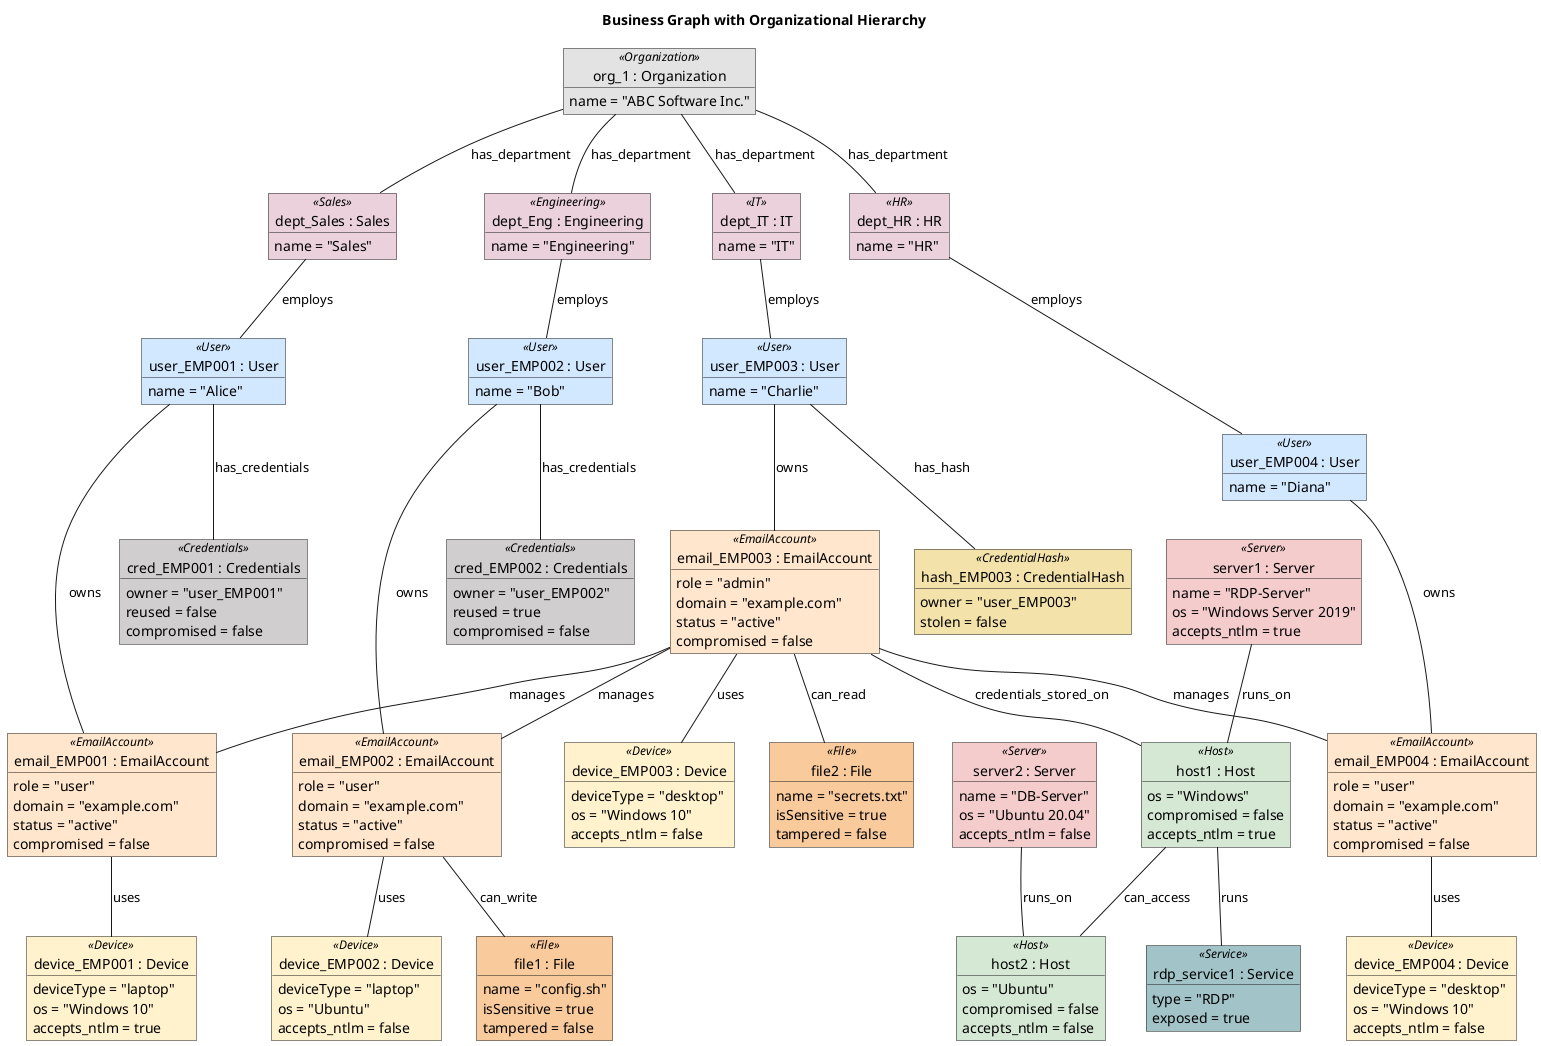
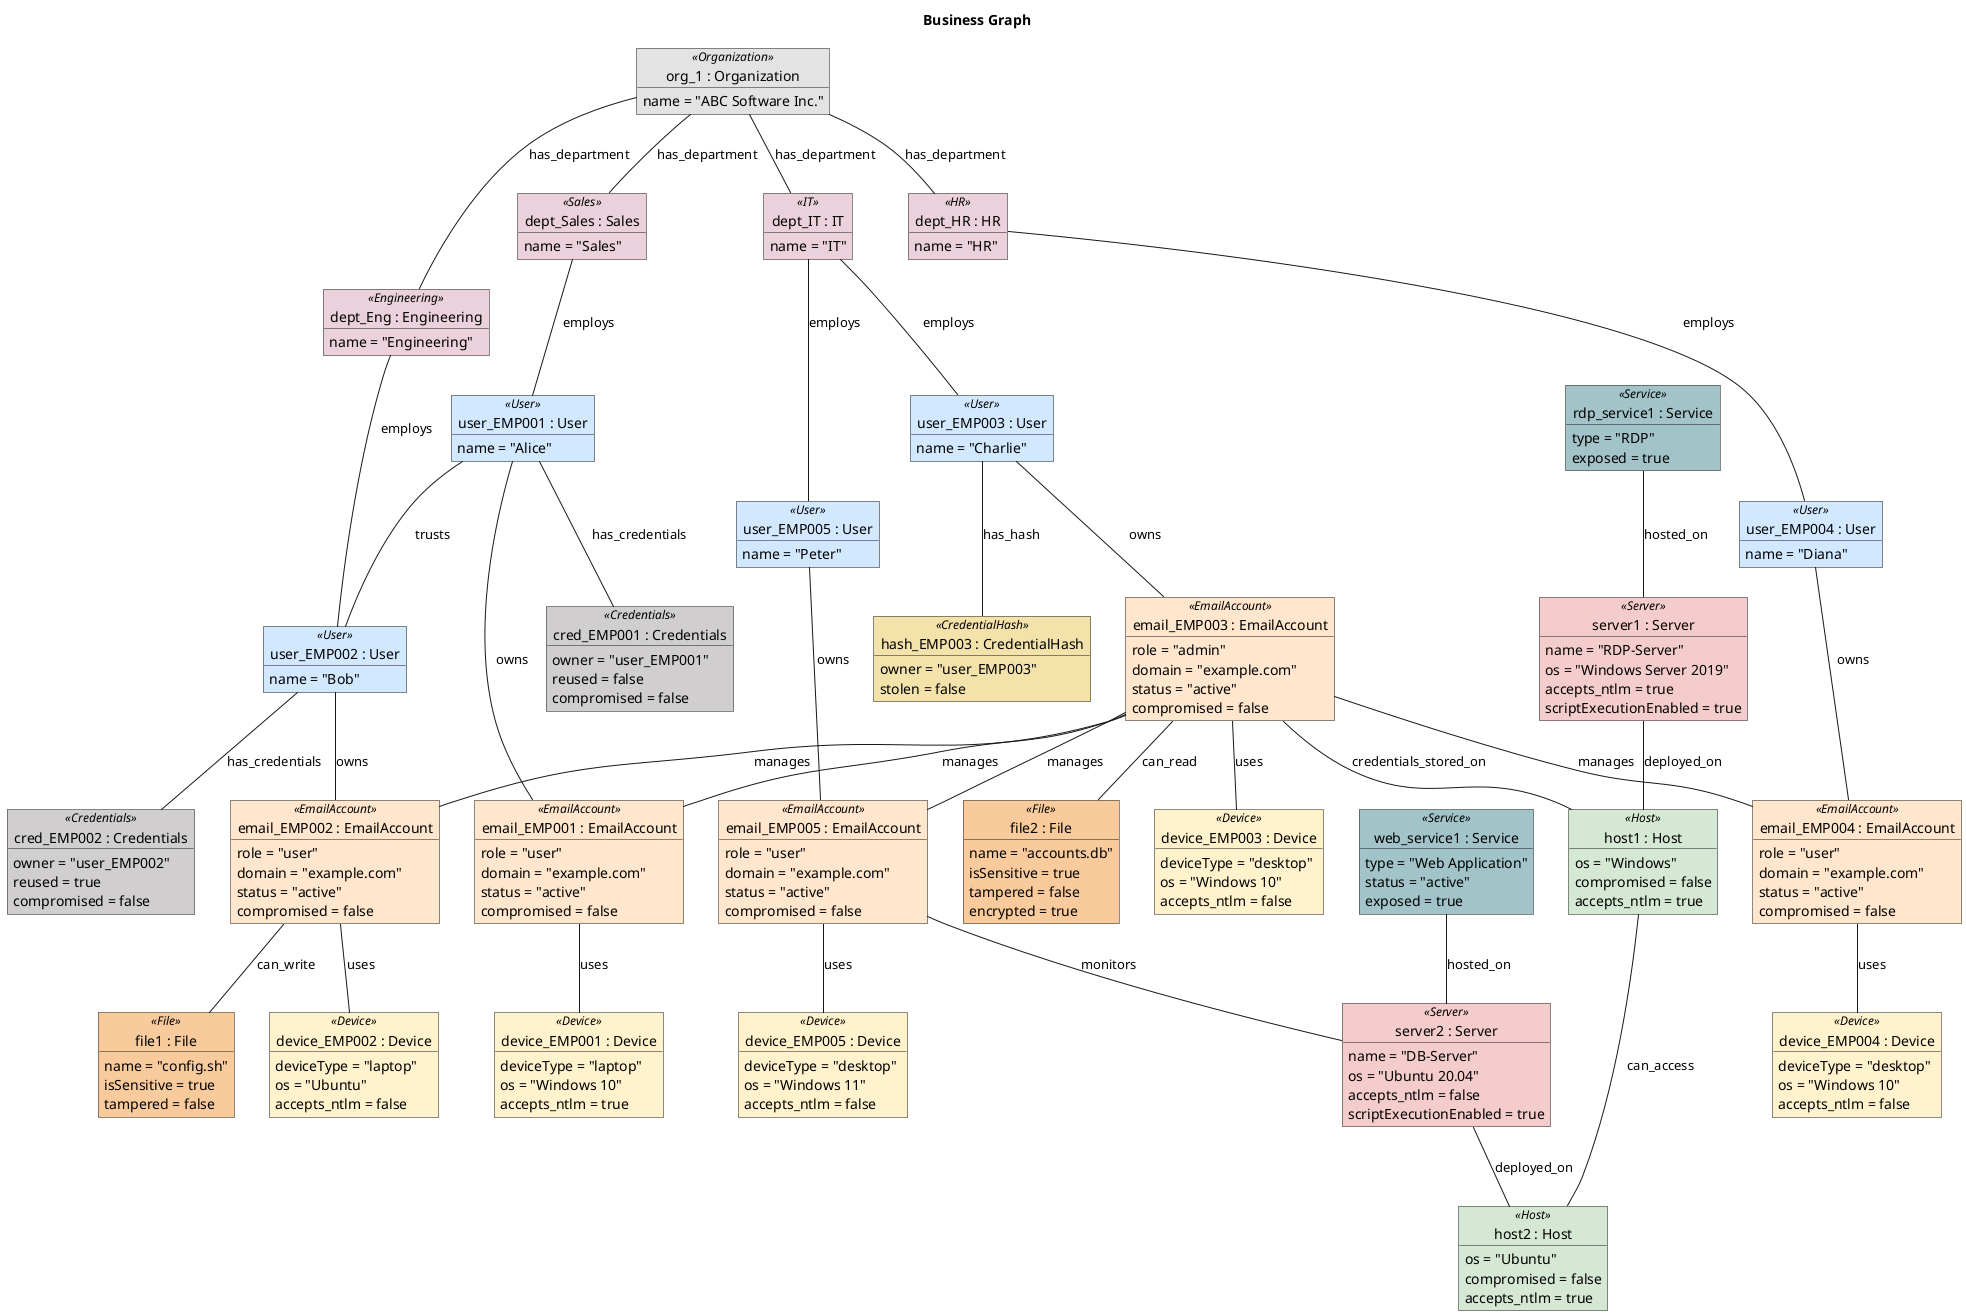
@startuml BUSINESS_GRAPH_TYPED
- title "Business Graph with Organizational Hierarchy"
+ title "Business Graph"

skinparam object {
  BackgroundColor<<Organization>> #E3E3E3
  BackgroundColor<<Sales>> #EAD1DC
  BackgroundColor<<Engineering>> #EAD1DC
  BackgroundColor<<IT>> #EAD1DC
  BackgroundColor<<HR>> #EAD1DC
  BackgroundColor<<User>> #D1E8FF
  BackgroundColor<<Device>> #FFF2CC
  BackgroundColor<<Server>> #F4CCCC
  BackgroundColor<<Host>> #D5E8D4
  BackgroundColor<<EmailAccount>> #FFE6CC
  BackgroundColor<<Credentials>> #D0CECE
  BackgroundColor<<CredentialHash>> #F3E2A9
  BackgroundColor<<File>> #F9CB9C
  BackgroundColor<<Service>> #A2C4C9
}

- 
- object "org_1 : Organization" as org_1 <<Organization>>  {
+ ' Nodes
+ object "org_1 : Organization" as org_1 <<Organization>> {
  name = "ABC Software Inc."
}

- 
- object "dept_Sales : Sales" as dept_Sales <<Sales>>  {
+ object "dept_Sales : Sales" as dept_Sales <<Sales>> {
  name = "Sales"
}
- object "dept_Eng : Engineering" as dept_Eng <<Engineering>>  {
+ object "dept_Eng : Engineering" as dept_Eng <<Engineering>> {
  name = "Engineering"
}
- object "dept_IT : IT" as dept_IT <<IT>>  {
+ object "dept_IT : IT" as dept_IT <<IT>> {
  name = "IT"
}
- object "dept_HR : HR" as dept_HR <<HR>>  {
+ object "dept_HR : HR" as dept_HR <<HR>> {
  name = "HR"
}
- object "user_EMP001 : User" as user_EMP001 <<User>>  {
+ 
+ object "user_EMP001 : User" as user_EMP001 <<User>> {
  name = "Alice"
}
- object "user_EMP002 : User" as user_EMP002 <<User>>  {
+ object "user_EMP002 : User" as user_EMP002 <<User>> {
  name = "Bob"
}
- object "user_EMP003 : User" as user_EMP003 <<User>>  {
+ object "user_EMP003 : User" as user_EMP003 <<User>> {
  name = "Charlie"
}
- object "user_EMP004 : User" as user_EMP004 <<User>>  {
+ object "user_EMP004 : User" as user_EMP004 <<User>> {
  name = "Diana"
}
- 
- object "device_EMP001 : Device" as device_EMP001 <<Device>>  {
+ object "user_EMP005 : User" as user_EMP005 <<User>> {
+   name = "Peter"
+ }
+ 
+ object "device_EMP001 : Device" as device_EMP001 <<Device>> {
  deviceType = "laptop"
  os = "Windows 10"
  accepts_ntlm = true
}
- object "device_EMP002 : Device" as device_EMP002 <<Device>>  {
+ object "device_EMP002 : Device" as device_EMP002 <<Device>> {
  deviceType = "laptop"
  os = "Ubuntu"
  accepts_ntlm = false
}
- object "device_EMP003 : Device" as device_EMP003 <<Device>>  {
+ object "device_EMP003 : Device" as device_EMP003 <<Device>> {
  deviceType = "desktop"
  os = "Windows 10"
  accepts_ntlm = false
}
- object "device_EMP004 : Device" as device_EMP004 <<Device>>  {
+ object "device_EMP004 : Device" as device_EMP004 <<Device>> {
  deviceType = "desktop"
  os = "Windows 10"
  accepts_ntlm = false
}
- 
- 
- object "email_EMP001 : EmailAccount" as email_EMP001 <<EmailAccount>>  {
-   role = "user"
-   domain = "example.com"
-   status = "active"
-   compromised = false
- }
- object "email_EMP002 : EmailAccount" as email_EMP002 <<EmailAccount>>  {
-   role = "user"
-   domain = "example.com"
-   status = "active"
-   compromised = false
- }
- object "email_EMP003 : EmailAccount" as email_EMP003 <<EmailAccount>>  {
+ object "device_EMP005 : Device" as device_EMP005 <<Device>> {
+   deviceType = "desktop"
+   os = "Windows 11"
+   accepts_ntlm = false
+ }
+ 
+ object "email_EMP001 : EmailAccount" as email_EMP001 <<EmailAccount>> {
+   role = "user"
+   domain = "example.com"
+   status = "active"
+   compromised = false
+ }
+ object "email_EMP002 : EmailAccount" as email_EMP002 <<EmailAccount>> {
+   role = "user"
+   domain = "example.com"
+   status = "active"
+   compromised = false
+ }
+ object "email_EMP003 : EmailAccount" as email_EMP003 <<EmailAccount>> {
  role = "admin"
  domain = "example.com"
  status = "active"
  compromised = false
}
- object "email_EMP004 : EmailAccount" as email_EMP004 <<EmailAccount>>  {
-   role = "user"
-   domain = "example.com"
-   status = "active"
-   compromised = false
- }
- 
- object "server1 : Server" as server1 <<Server>>  {
+ object "email_EMP004 : EmailAccount" as email_EMP004 <<EmailAccount>> {
+   role = "user"
+   domain = "example.com"
+   status = "active"
+   compromised = false
+ }
+ object "email_EMP005 : EmailAccount" as email_EMP005 <<EmailAccount>> {
+   role = "user"
+   domain = "example.com"
+   status = "active"
+   compromised = false
+ }
+ 
+ object "server1 : Server" as server1 <<Server>> {
  name = "RDP-Server"
  os = "Windows Server 2019"
  accepts_ntlm = true
- }
- object "server2 : Server" as server2 <<Server>>  {
+   scriptExecutionEnabled = true
+ }
+ object "server2 : Server" as server2 <<Server>> {
  name = "DB-Server"
  os = "Ubuntu 20.04"
  accepts_ntlm = false
- }
- 
- 
- object "host1 : Host" as host1 <<Host>>  {
+   scriptExecutionEnabled = true
+ }
+ 
+ object "host1 : Host" as host1 <<Host>> {
  os = "Windows"
  compromised = false
  accepts_ntlm = true
}
- object "host2 : Host" as host2 <<Host>>  {
+ object "host2 : Host" as host2 <<Host>> {
  os = "Ubuntu"
  compromised = false
-   accepts_ntlm = false
- }
- 
- 
- object "rdp_service1 : Service" as rdp_service1 <<Service>>  {
+   accepts_ntlm = true
+ }
+ 
+ object "rdp_service1 : Service" as rdp_service1 <<Service>> {
  type = "RDP"
  exposed = true
}
- object "file1 : File" as file1 <<File>>  {
+ object "web_service1 : Service" as web_service1 <<Service>> {
+   type = "Web Application"
+   status = "active"
+   exposed = true
+ }
+ 
+ object "file1 : File" as file1 <<File>> {
  name = "config.sh"
  isSensitive = true
  tampered = false
}
- object "file2 : File" as file2 <<File>>  {
-   name = "secrets.txt"
+ object "file2 : File" as file2 <<File>> {
+   name = "accounts.db"
  isSensitive = true
  tampered = false
- }
- 
- 
- object "cred_EMP001 : Credentials" as cred_EMP001 <<Credentials>>  {
+   encrypted = true
+ }
+ 
+ object "cred_EMP001 : Credentials" as cred_EMP001 <<Credentials>> {
  owner = "user_EMP001"
  reused = false
  compromised = false
}
- object "cred_EMP002 : Credentials" as cred_EMP002 <<Credentials>>  {
+ object "cred_EMP002 : Credentials" as cred_EMP002 <<Credentials>> {
  owner = "user_EMP002"
  reused = true
  compromised = false
}
- 
- 
- object "hash_EMP003 : CredentialHash" as hash_EMP003 <<CredentialHash>>  {
+ object "hash_EMP003 : CredentialHash" as hash_EMP003 <<CredentialHash>> {
  owner = "user_EMP003"
  stolen = false
}

+ ' Edges
org_1 -- dept_Sales : has_department
- org_1 -- dept_Eng : has_department
- org_1 -- dept_IT : has_department
- org_1 -- dept_HR : has_department
+ org_1 -- dept_Eng   : has_department
+ org_1 -- dept_IT    : has_department
+ org_1 -- dept_HR    : has_department

dept_Sales -- user_EMP001 : employs
- dept_Eng -- user_EMP002 : employs
- dept_IT -- user_EMP003 : employs
- dept_HR -- user_EMP004 : employs
+ dept_Eng   -- user_EMP002 : employs
+ dept_IT    -- user_EMP003 : employs
+ dept_HR    -- user_EMP004 : employs
+ dept_IT    -- user_EMP005 : employs

email_EMP001 -- device_EMP001 : uses
email_EMP002 -- device_EMP002 : uses
email_EMP003 -- device_EMP003 : uses
email_EMP004 -- device_EMP004 : uses
+ email_EMP005 -- device_EMP005 : uses

email_EMP003 -- email_EMP001 : manages
email_EMP003 -- email_EMP002 : manages
email_EMP003 -- email_EMP004 : manages
+ email_EMP003 -- email_EMP005 : manages

user_EMP001 -- email_EMP001 : owns
user_EMP002 -- email_EMP002 : owns
user_EMP003 -- email_EMP003 : owns
user_EMP004 -- email_EMP004 : owns
- 
- server1 -- host1 : runs_on
- server2 -- host2 : runs_on
- 
- host1 -- rdp_service1 : runs
+ user_EMP005 -- email_EMP005 : owns
+ 
+ server1 -- host1 : deployed_on
+ server2 -- host2 : deployed_on
+ 
+ rdp_service1  -- server1 : hosted_on
+ web_service1  -- server2 : hosted_on

email_EMP002 -- file1 : can_write
email_EMP003 -- file2 : can_read

user_EMP001 -- cred_EMP001 : has_credentials
user_EMP002 -- cred_EMP002 : has_credentials
user_EMP003 -- hash_EMP003 : has_hash

host1 -- host2 : can_access
+ 
email_EMP003 -- host1 : credentials_stored_on

+ email_EMP005 -- server2 : monitors
+ 
+ user_EMP001 -- user_EMP002 : trusts
+ 
@enduml